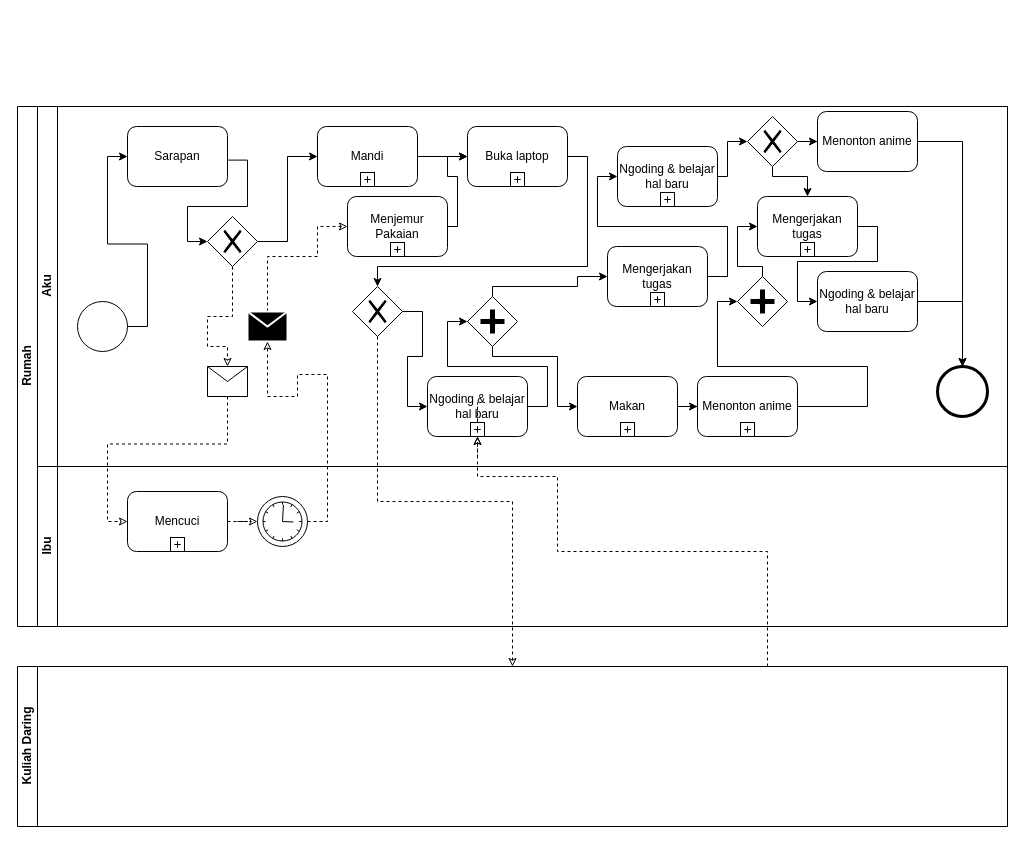
Earlier version of the draw.io diagram Tugas/BPMNUTS.drawio (kucingtakucin/Proses-Bisnis-dan-SIM). Source tidied: cells renumbered, new cells numbered last; positions are measured from the earlier drawing's top-left corner, leaving out a move shared by most shapes. Both pictures are drawn from the tidied source at 100%, with x=0, y=0 at pixel (17, 106).
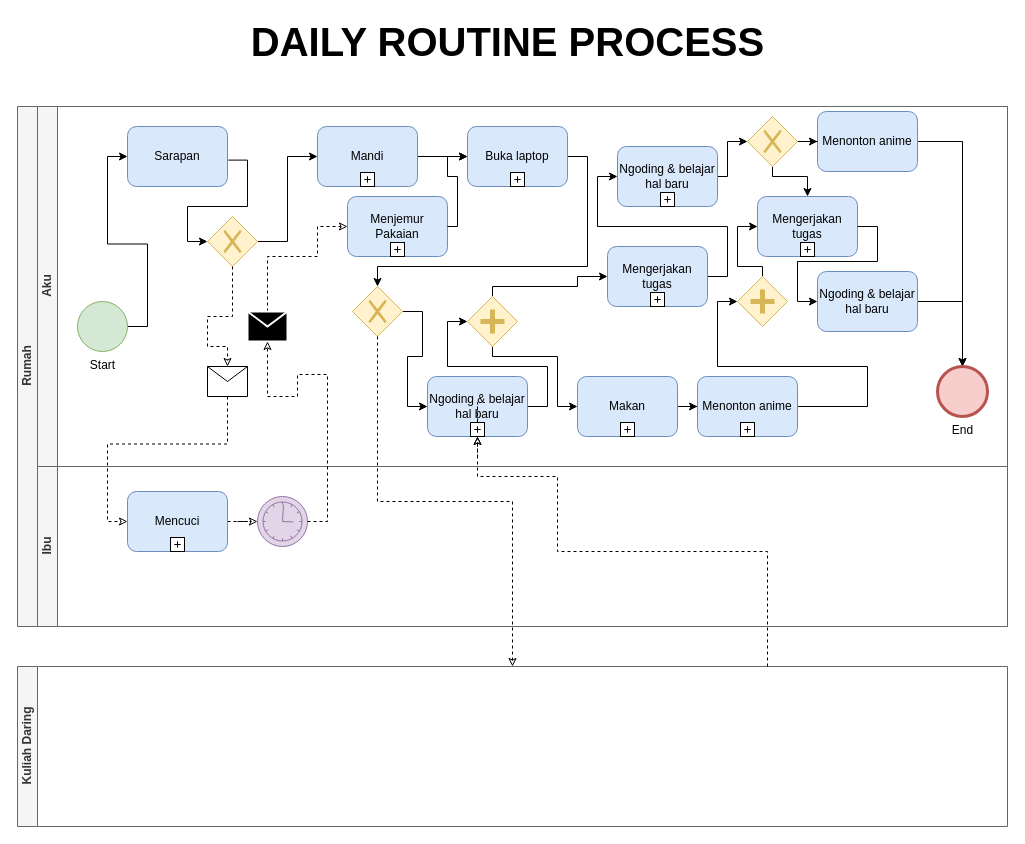
Above is the later version.

Diff of the diagram source:
```diff
@@
-    <mxCell id="2" value="Rumah" style="swimlane;html=1;horizontal=0;startSize=20;" parent="1" vertex="1">
+    <mxCell id="2" value="Rumah" style="swimlane;html=1;horizontal=0;startSize=20;fillColor=#f5f5f5;strokeColor=#666666;fontColor=#333333;" parent="1" vertex="1">
       <mxGeometry width="990" height="520" as="geometry" />
     </mxCell>
-    <mxCell id="3" value="&lt;div&gt;Aku&lt;/div&gt;" style="swimlane;html=1;startSize=20;horizontal=0;" parent="2" vertex="1">
+    <mxCell id="3" value="&lt;div&gt;Aku&lt;/div&gt;" style="swimlane;html=1;startSize=20;horizontal=0;fillColor=#f5f5f5;strokeColor=#666666;fontColor=#333333;" parent="2" vertex="1">
       <mxGeometry x="20" width="970" height="360" as="geometry" />
     </mxCell>
@@
-    <mxCell id="6" value="Menonton anime" style="shape=ext;rounded=1;html=1;whiteSpace=wrap;" parent="3" vertex="1">
+    <mxCell id="6" value="Menonton anime" style="shape=ext;rounded=1;html=1;whiteSpace=wrap;fillColor=#dae8fc;strokeColor=#6c8ebf;" parent="3" vertex="1">
       <mxGeometry x="780" y="5" width="100" height="60" as="geometry" />
     </mxCell>
@@
-    <mxCell id="9" style="shape=mxgraph.bpmn.shape;html=1;verticalLabelPosition=bottom;labelBackgroundColor=#ffffff;verticalAlign=top;align=center;perimeter=rhombusPerimeter;background=gateway;outlineConnect=0;outline=none;symbol=exclusiveGw;" parent="3" vertex="1">
+    <mxCell id="9" style="shape=mxgraph.bpmn.shape;html=1;verticalLabelPosition=bottom;labelBackgroundColor=#ffffff;verticalAlign=top;align=center;perimeter=rhombusPerimeter;background=gateway;outlineConnect=0;outline=none;symbol=exclusiveGw;fillColor=#fff2cc;strokeColor=#d6b656;" parent="3" vertex="1">
       <mxGeometry x="710" y="10" width="50" height="50" as="geometry" />
     </mxCell>
-    <mxCell id="10" value="Sarapan" style="shape=ext;rounded=1;html=1;whiteSpace=wrap;" parent="3" vertex="1">
+    <mxCell id="10" value="Sarapan" style="shape=ext;rounded=1;html=1;whiteSpace=wrap;fillColor=#dae8fc;strokeColor=#6c8ebf;" parent="3" vertex="1">
       <mxGeometry x="90" y="20" width="100" height="60" as="geometry" />
     </mxCell>
@@
-    <mxCell id="12" value="Mandi" style="shape=ext;rounded=1;html=1;whiteSpace=wrap;" parent="3" vertex="1">
+    <mxCell id="12" value="Mandi" style="shape=ext;rounded=1;html=1;whiteSpace=wrap;fillColor=#dae8fc;strokeColor=#6c8ebf;" parent="3" vertex="1">
       <mxGeometry x="280" y="20" width="100" height="60" as="geometry" />
     </mxCell>
@@
-    <mxCell id="14" value="Buka laptop" style="shape=ext;rounded=1;html=1;whiteSpace=wrap;" parent="3" vertex="1">
+    <mxCell id="14" value="Buka laptop" style="shape=ext;rounded=1;html=1;whiteSpace=wrap;fillColor=#dae8fc;strokeColor=#6c8ebf;" parent="3" vertex="1">
       <mxGeometry x="430" y="20" width="100" height="60" as="geometry" />
     </mxCell>
@@
-    <mxCell id="17" value="Ngoding &amp;amp; belajar hal baru" style="shape=ext;rounded=1;html=1;whiteSpace=wrap;" parent="3" vertex="1">
+    <mxCell id="17" value="Ngoding &amp;amp; belajar hal baru" style="shape=ext;rounded=1;html=1;whiteSpace=wrap;fillColor=#dae8fc;strokeColor=#6c8ebf;" parent="3" vertex="1">
       <mxGeometry x="580" y="40" width="100" height="60" as="geometry" />
     </mxCell>
@@
-    <mxCell id="21" value="Mengerjakan tugas" style="shape=ext;rounded=1;html=1;whiteSpace=wrap;" parent="3" vertex="1">
+    <mxCell id="21" value="Mengerjakan tugas" style="shape=ext;rounded=1;html=1;whiteSpace=wrap;fillColor=#dae8fc;strokeColor=#6c8ebf;" parent="3" vertex="1">
       <mxGeometry x="720" y="90" width="100" height="60" as="geometry" />
     </mxCell>
-    <mxCell id="22" value="Menjemur Pakaian" style="shape=ext;rounded=1;html=1;whiteSpace=wrap;" parent="3" vertex="1">
+    <mxCell id="22" value="Menjemur Pakaian" style="shape=ext;rounded=1;html=1;whiteSpace=wrap;fillColor=#dae8fc;strokeColor=#6c8ebf;" parent="3" vertex="1">
       <mxGeometry x="310" y="90" width="100" height="60" as="geometry" />
     </mxCell>
@@
-    <mxCell id="27" style="shape=mxgraph.bpmn.shape;html=1;verticalLabelPosition=bottom;labelBackgroundColor=#ffffff;verticalAlign=top;align=center;perimeter=rhombusPerimeter;background=gateway;outlineConnect=0;outline=none;symbol=exclusiveGw;" parent="3" vertex="1">
+    <mxCell id="27" style="shape=mxgraph.bpmn.shape;html=1;verticalLabelPosition=bottom;labelBackgroundColor=#ffffff;verticalAlign=top;align=center;perimeter=rhombusPerimeter;background=gateway;outlineConnect=0;outline=none;symbol=exclusiveGw;fillColor=#fff2cc;strokeColor=#d6b656;" parent="3" vertex="1">
       <mxGeometry x="170" y="110" width="50" height="50" as="geometry" />
     </mxCell>
@@
-    <mxCell id="32" value="Mengerjakan tugas" style="shape=ext;rounded=1;html=1;whiteSpace=wrap;" parent="3" vertex="1">
+    <mxCell id="32" value="Mengerjakan tugas" style="shape=ext;rounded=1;html=1;whiteSpace=wrap;fillColor=#dae8fc;strokeColor=#6c8ebf;" parent="3" vertex="1">
       <mxGeometry x="570" y="140" width="100" height="60" as="geometry" />
     </mxCell>
@@
-    <mxCell id="35" value="Ngoding &amp;amp; belajar hal baru" style="shape=ext;rounded=1;html=1;whiteSpace=wrap;" parent="3" vertex="1">
+    <mxCell id="35" value="Ngoding &amp;amp; belajar hal baru" style="shape=ext;rounded=1;html=1;whiteSpace=wrap;fillColor=#dae8fc;strokeColor=#6c8ebf;" parent="3" vertex="1">
       <mxGeometry x="780" y="165" width="100" height="60" as="geometry" />
     </mxCell>
-    <mxCell id="36" style="shape=mxgraph.bpmn.shape;html=1;verticalLabelPosition=bottom;labelBackgroundColor=#ffffff;verticalAlign=top;align=center;perimeter=rhombusPerimeter;background=gateway;outlineConnect=0;outline=none;symbol=parallelGw;" parent="3" vertex="1">
+    <mxCell id="36" style="shape=mxgraph.bpmn.shape;html=1;verticalLabelPosition=bottom;labelBackgroundColor=#ffffff;verticalAlign=top;align=center;perimeter=rhombusPerimeter;background=gateway;outlineConnect=0;outline=none;symbol=parallelGw;fillColor=#fff2cc;strokeColor=#d6b656;" parent="3" vertex="1">
       <mxGeometry x="700" y="170" width="50" height="50" as="geometry" />
     </mxCell>
-    <mxCell id="37" style="shape=mxgraph.bpmn.shape;html=1;verticalLabelPosition=bottom;labelBackgroundColor=#ffffff;verticalAlign=top;align=center;perimeter=rhombusPerimeter;background=gateway;outlineConnect=0;outline=none;symbol=exclusiveGw;" parent="3" vertex="1">
+    <mxCell id="37" style="shape=mxgraph.bpmn.shape;html=1;verticalLabelPosition=bottom;labelBackgroundColor=#ffffff;verticalAlign=top;align=center;perimeter=rhombusPerimeter;background=gateway;outlineConnect=0;outline=none;symbol=exclusiveGw;fillColor=#fff2cc;strokeColor=#d6b656;" parent="3" vertex="1">
       <mxGeometry x="315" y="180" width="50" height="50" as="geometry" />
     </mxCell>
@@
-    <mxCell id="40" style="shape=mxgraph.bpmn.shape;html=1;verticalLabelPosition=bottom;labelBackgroundColor=#ffffff;verticalAlign=top;align=center;perimeter=rhombusPerimeter;background=gateway;outlineConnect=0;outline=none;symbol=parallelGw;" parent="3" vertex="1">
+    <mxCell id="40" style="shape=mxgraph.bpmn.shape;html=1;verticalLabelPosition=bottom;labelBackgroundColor=#ffffff;verticalAlign=top;align=center;perimeter=rhombusPerimeter;background=gateway;outlineConnect=0;outline=none;symbol=parallelGw;fillColor=#fff2cc;strokeColor=#d6b656;" parent="3" vertex="1">
       <mxGeometry x="430" y="190" width="50" height="50" as="geometry" />
     </mxCell>
@@
-    <mxCell id="43" style="shape=mxgraph.bpmn.shape;html=1;verticalLabelPosition=bottom;labelBackgroundColor=#ffffff;verticalAlign=top;align=center;perimeter=ellipsePerimeter;outlineConnect=0;outline=standard;symbol=general;" parent="3" vertex="1">
+    <mxCell id="43" value="Start" style="shape=mxgraph.bpmn.shape;html=1;verticalLabelPosition=bottom;labelBackgroundColor=#ffffff;verticalAlign=top;align=center;perimeter=ellipsePerimeter;outlineConnect=0;outline=standard;symbol=general;fillColor=#d5e8d4;strokeColor=#82b366;" parent="3" vertex="1">
       <mxGeometry x="40" y="195" width="50" height="50" as="geometry" />
     </mxCell>
@@
-    <mxCell id="48" style="shape=mxgraph.bpmn.shape;html=1;verticalLabelPosition=bottom;labelBackgroundColor=#ffffff;verticalAlign=top;align=center;perimeter=ellipsePerimeter;outlineConnect=0;outline=end;symbol=general;" parent="3" vertex="1">
+    <mxCell id="48" value="End" style="shape=mxgraph.bpmn.shape;html=1;verticalLabelPosition=bottom;labelBackgroundColor=#ffffff;verticalAlign=top;align=center;perimeter=ellipsePerimeter;outlineConnect=0;outline=end;symbol=general;fillColor=#f8cecc;strokeColor=#b85450;" parent="3" vertex="1">
       <mxGeometry x="900" y="260" width="50" height="50" as="geometry" />
     </mxCell>
-    <mxCell id="49" value="Ngoding &amp;amp; belajar hal baru" style="shape=ext;rounded=1;html=1;whiteSpace=wrap;" parent="3" vertex="1">
+    <mxCell id="49" value="Ngoding &amp;amp; belajar hal baru" style="shape=ext;rounded=1;html=1;whiteSpace=wrap;fillColor=#dae8fc;strokeColor=#6c8ebf;" parent="3" vertex="1">
       <mxGeometry x="390" y="270" width="100" height="60" as="geometry" />
     </mxCell>
-    <mxCell id="50" value="Makan" style="shape=ext;rounded=1;html=1;whiteSpace=wrap;" parent="3" vertex="1">
+    <mxCell id="50" value="Makan" style="shape=ext;rounded=1;html=1;whiteSpace=wrap;fillColor=#dae8fc;strokeColor=#6c8ebf;" parent="3" vertex="1">
       <mxGeometry x="540" y="270" width="100" height="60" as="geometry" />
     </mxCell>
-    <mxCell id="51" value="Menonton anime" style="shape=ext;rounded=1;html=1;whiteSpace=wrap;" parent="3" vertex="1">
+    <mxCell id="51" value="Menonton anime" style="shape=ext;rounded=1;html=1;whiteSpace=wrap;fillColor=#dae8fc;strokeColor=#6c8ebf;" parent="3" vertex="1">
       <mxGeometry x="660" y="270" width="100" height="60" as="geometry" />
     </mxCell>
@@
-    <mxCell id="55" value="Ibu" style="swimlane;html=1;startSize=20;horizontal=0;" parent="2" vertex="1">
+    <mxCell id="55" value="Ibu" style="swimlane;html=1;startSize=20;horizontal=0;fillColor=#f5f5f5;strokeColor=#666666;fontColor=#333333;" parent="2" vertex="1">
       <mxGeometry x="20" y="360" width="970" height="160" as="geometry" />
     </mxCell>
-    <mxCell id="56" style="shape=mxgraph.bpmn.shape;html=1;verticalLabelPosition=bottom;labelBackgroundColor=#ffffff;verticalAlign=top;align=center;perimeter=ellipsePerimeter;outlineConnect=0;outline=standard;symbol=timer;" parent="55" vertex="1">
+    <mxCell id="56" style="shape=mxgraph.bpmn.shape;html=1;verticalLabelPosition=bottom;labelBackgroundColor=#ffffff;verticalAlign=top;align=center;perimeter=ellipsePerimeter;outlineConnect=0;outline=standard;symbol=timer;fillColor=#e1d5e7;strokeColor=#9673a6;" parent="55" vertex="1">
       <mxGeometry x="220" y="30" width="50" height="50" as="geometry" />
     </mxCell>
@@
-    <mxCell id="58" value="Mencuci" style="shape=ext;rounded=1;html=1;whiteSpace=wrap;" parent="55" vertex="1">
+    <mxCell id="58" value="Mencuci" style="shape=ext;rounded=1;html=1;whiteSpace=wrap;fillColor=#dae8fc;strokeColor=#6c8ebf;" parent="55" vertex="1">
       <mxGeometry x="90" y="25" width="100" height="60" as="geometry" />
     </mxCell>
@@
-    <mxCell id="63" value="Kuliah Daring" style="swimlane;html=1;startSize=20;horizontal=0;" parent="1" vertex="1">
+    <mxCell id="63" value="Kuliah Daring" style="swimlane;html=1;startSize=20;horizontal=0;fillColor=#f5f5f5;strokeColor=#666666;fontColor=#333333;" parent="1" vertex="1">
       <mxGeometry y="560" width="990" height="160" as="geometry" />
     </mxCell>
@@
+    <mxCell id="67" value="&lt;b&gt;&lt;font style=&quot;font-size: 40px&quot;&gt;DAILY ROUTINE PROCESS&lt;br&gt;&lt;/font&gt;&lt;/b&gt;" style="text;html=1;align=center;verticalAlign=middle;" parent="1" vertex="1">
+      <mxGeometry x="180" y="-80" width="620" height="30" as="geometry" />
+    </mxCell>
```
